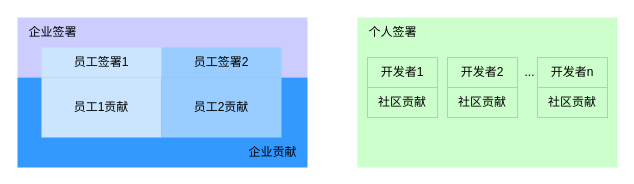
This is 签署形式.drawio from weijiang1994/draw-io, a draw.io file, before an edit. Source tidied: cells renumbered, new cells numbered last; positions are measured from the earlier drawing's top-left corner, leaving out a move shared by most shapes. Both pictures are drawn from the tidied source at 100%, with x=0, y=0 at pixel (17, 17).
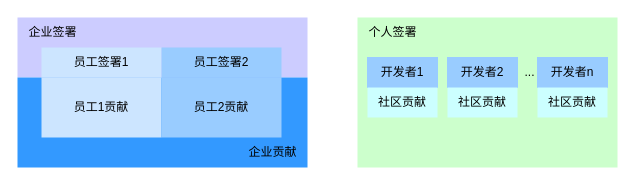
The same page after the edit.

Commit message:
更新签署形式.drawio

Change to the diagram source:
```diff
@@
 <mxGraphModel>
   <root>
     <mxCell id="0" />
     <mxCell id="1" parent="0" />
     <mxCell id="2" style="rounded=0;whiteSpace=wrap;html=1;fillColor=#CCCCFF;strokeColor=none;" parent="1" vertex="1">
       <mxGeometry width="290" height="60" as="geometry" />
     </mxCell>
     <mxCell id="3" style="rounded=0;whiteSpace=wrap;html=1;fillColor=#3399FF;strokeColor=none;" parent="1" vertex="1">
       <mxGeometry y="60" width="290" height="90" as="geometry" />
     </mxCell>
     <mxCell id="4" style="rounded=0;whiteSpace=wrap;html=1;strokeColor=none;fillColor=#CCFFCC;" parent="1" vertex="1">
       <mxGeometry x="340" width="260" height="150" as="geometry" />
     </mxCell>
     <mxCell id="5" style="group;" parent="1" vertex="1">
       <mxGeometry x="24" y="30" width="240" height="90" as="geometry" />
     </mxCell>
     <mxCell id="6" value="员工签署1" style="rounded=0;whiteSpace=wrap;html=1;fillColor=#CCE5FF;strokeColor=none;" parent="5" vertex="1">
       <mxGeometry width="120" height="30" as="geometry" />
     </mxCell>
     <mxCell id="7" value="员工签署2" style="rounded=0;whiteSpace=wrap;html=1;fillColor=#99CCFF;strokeColor=none;" parent="5" vertex="1">
       <mxGeometry x="120" width="120" height="30" as="geometry" />
     </mxCell>
     <mxCell id="8" value="员工1贡献" style="rounded=0;whiteSpace=wrap;html=1;fillColor=#CCE5FF;strokeColor=none;" parent="5" vertex="1">
       <mxGeometry y="30" width="120" height="60" as="geometry" />
     </mxCell>
     <mxCell id="9" value="员工2贡献" style="rounded=0;whiteSpace=wrap;html=1;fillColor=#99CCFF;strokeColor=none;" parent="5" vertex="1">
       <mxGeometry x="120" y="30" width="120" height="60" as="geometry" />
     </mxCell>
     <mxCell id="10" value="企业签署" style="text;html=1;align=center;verticalAlign=middle;strokeColor=none;fillColor=none;" parent="1" vertex="1">
       <mxGeometry width="70" height="30" as="geometry" />
     </mxCell>
     <mxCell id="11" value="企业贡献" style="text;html=1;align=center;verticalAlign=middle;strokeColor=none;fillColor=none;" parent="1" vertex="1">
       <mxGeometry x="220" y="120" width="70" height="30" as="geometry" />
     </mxCell>
     <mxCell id="12" value="个人签署" style="text;html=1;align=center;verticalAlign=middle;strokeColor=none;fillColor=none;" parent="1" vertex="1">
       <mxGeometry x="340" width="70" height="30" as="geometry" />
     </mxCell>
-    <mxCell id="13" value="开发者1" style="rounded=0;whiteSpace=wrap;html=1;strokeColor=#99CCFF;fillColor=none;" parent="1" vertex="1">
+    <mxCell id="13" value="开发者1" style="rounded=0;whiteSpace=wrap;html=1;strokeColor=#99CCFF;fillColor=#99CCFF;" parent="1" vertex="1">
       <mxGeometry x="350" y="40" width="70" height="30" as="geometry" />
     </mxCell>
-    <mxCell id="14" value="开发者2" style="rounded=0;whiteSpace=wrap;html=1;strokeColor=#99CCFF;fillColor=none;" parent="1" vertex="1">
+    <mxCell id="14" value="开发者2" style="rounded=0;whiteSpace=wrap;html=1;strokeColor=#99CCFF;fillColor=#99CCFF;" parent="1" vertex="1">
       <mxGeometry x="430" y="40" width="70" height="30" as="geometry" />
     </mxCell>
-    <mxCell id="15" value="开发者n" style="rounded=0;whiteSpace=wrap;html=1;strokeColor=#99CCFF;fillColor=none;" parent="1" vertex="1">
+    <mxCell id="15" value="开发者n" style="rounded=0;whiteSpace=wrap;html=1;strokeColor=#99CCFF;fillColor=#99CCFF;" parent="1" vertex="1">
       <mxGeometry x="520" y="40" width="70" height="30" as="geometry" />
     </mxCell>
     <mxCell id="16" value="..." style="text;html=1;align=center;verticalAlign=middle;strokeColor=none;fillColor=none;" parent="1" vertex="1">
       <mxGeometry x="497" y="40" width="30" height="30" as="geometry" />
     </mxCell>
-    <mxCell id="17" value="社区贡献" style="rounded=0;whiteSpace=wrap;html=1;strokeColor=#99CCFF;fillColor=none;" parent="1" vertex="1">
+    <mxCell id="17" value="社区贡献" style="rounded=0;whiteSpace=wrap;html=1;strokeColor=none;fillColor=#CCFFFF;" parent="1" vertex="1">
       <mxGeometry x="350" y="70" width="70" height="30" as="geometry" />
     </mxCell>
-    <mxCell id="18" value="社区贡献" style="rounded=0;whiteSpace=wrap;html=1;strokeColor=#99CCFF;fillColor=none;" parent="1" vertex="1">
+    <mxCell id="18" value="社区贡献" style="rounded=0;whiteSpace=wrap;html=1;strokeColor=none;fillColor=#CCFFFF;" parent="1" vertex="1">
       <mxGeometry x="430" y="70" width="70" height="30" as="geometry" />
     </mxCell>
-    <mxCell id="19" value="社区贡献" style="rounded=0;whiteSpace=wrap;html=1;strokeColor=#99CCFF;fillColor=none;" parent="1" vertex="1">
+    <mxCell id="19" value="社区贡献" style="rounded=0;whiteSpace=wrap;html=1;strokeColor=none;fillColor=#CCFFFF;" parent="1" vertex="1">
       <mxGeometry x="520" y="70" width="70" height="30" as="geometry" />
     </mxCell>
   </root>
 </mxGraphModel>
```
